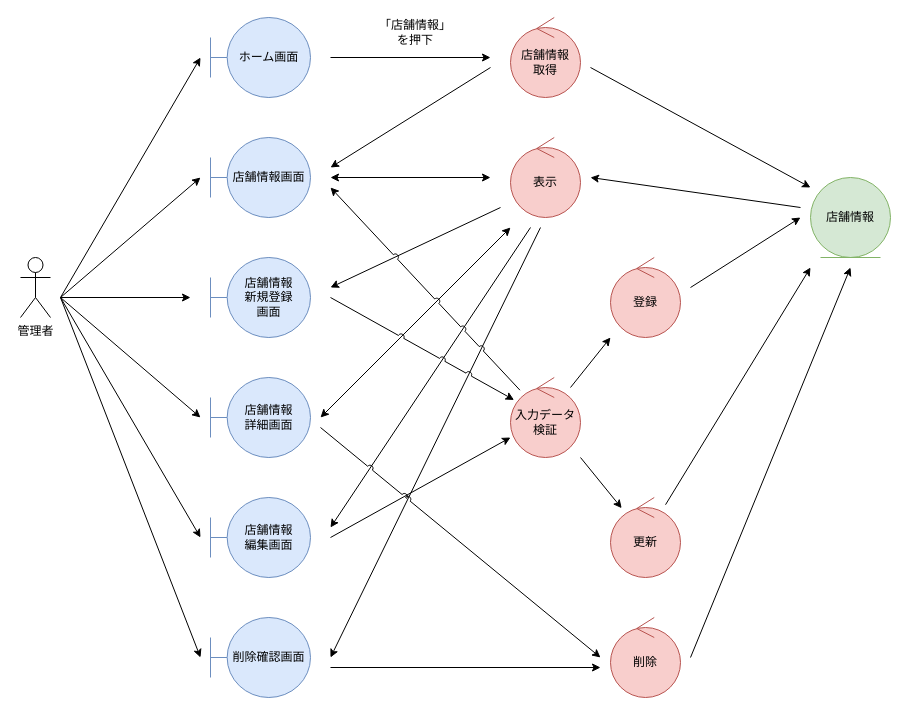
This is page "店舗情報管理" (2 of 7) of 各種設計書/3ロバストネス図/人事管理/従業員情報管理.drawio from HaruShim/Sotuken, a draw.io file, before an edit. Source tidied: cells renumbered, new cells numbered last; positions are measured from the earlier drawing's top-left corner, leaving out a move shared by most shapes. Both pictures are drawn from the tidied source at 100%, with x=0, y=0 at pixel (20, 17).
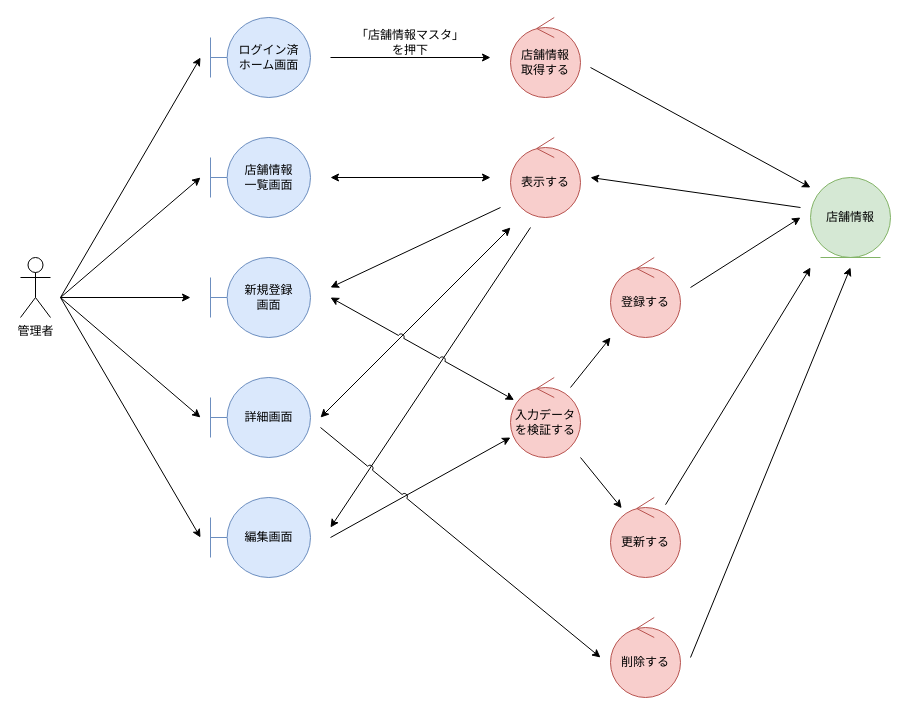
The same diagram, later.

Diff of the diagram source:
```diff
@@
-    <mxCell id="2" style="endArrow=classic;html=1;rounded=0;jumpStyle=none;" parent="1" edge="1">
-      <mxGeometry relative="1" as="geometry">
-        <mxPoint x="520" y="210" as="sourcePoint" />
-        <mxPoint x="310" y="640" as="targetPoint" />
-      </mxGeometry>
-    </mxCell>
@@
-    <mxCell id="4" value="ホーム画面" style="shape=umlBoundary;whiteSpace=wrap;html=1;fillColor=#dae8fc;strokeColor=#6c8ebf;" parent="1" vertex="1">
+    <mxCell id="4" value="ログイン済&lt;br&gt;ホーム画面" style="shape=umlBoundary;whiteSpace=wrap;html=1;fillColor=#dae8fc;strokeColor=#6c8ebf;" parent="1" vertex="1">
       <mxGeometry x="190" width="100" height="80" as="geometry" />
     </mxCell>
-    <mxCell id="5" value="店舗情報画面" style="shape=umlBoundary;whiteSpace=wrap;html=1;fillColor=#dae8fc;strokeColor=#6c8ebf;" parent="1" vertex="1">
+    <mxCell id="5" value="店舗情報&lt;br&gt;一覧画面" style="shape=umlBoundary;whiteSpace=wrap;html=1;fillColor=#dae8fc;strokeColor=#6c8ebf;" parent="1" vertex="1">
       <mxGeometry x="190" y="120" width="100" height="80" as="geometry" />
     </mxCell>
-    <mxCell id="6" value="店舗情報&lt;br&gt;新規登録&lt;br&gt;画面" style="shape=umlBoundary;whiteSpace=wrap;html=1;fillColor=#dae8fc;strokeColor=#6c8ebf;" parent="1" vertex="1">
+    <mxCell id="6" value="新規登録&lt;br&gt;画面" style="shape=umlBoundary;whiteSpace=wrap;html=1;fillColor=#dae8fc;strokeColor=#6c8ebf;" parent="1" vertex="1">
       <mxGeometry x="190" y="240" width="100" height="80" as="geometry" />
     </mxCell>
-    <mxCell id="7" value="店舗情報&lt;br&gt;取得" style="ellipse;shape=umlControl;whiteSpace=wrap;html=1;fillColor=#f8cecc;strokeColor=#b85450;" parent="1" vertex="1">
+    <mxCell id="7" value="店舗情報&lt;br&gt;取得する" style="ellipse;shape=umlControl;whiteSpace=wrap;html=1;fillColor=#f8cecc;strokeColor=#b85450;" parent="1" vertex="1">
       <mxGeometry x="490" width="70" height="80" as="geometry" />
     </mxCell>
@@
-    <mxCell id="9" value="表示" style="ellipse;shape=umlControl;whiteSpace=wrap;html=1;fillColor=#f8cecc;strokeColor=#b85450;" parent="1" vertex="1">
+    <mxCell id="9" value="表示する" style="ellipse;shape=umlControl;whiteSpace=wrap;html=1;fillColor=#f8cecc;strokeColor=#b85450;" parent="1" vertex="1">
       <mxGeometry x="490" y="120" width="70" height="80" as="geometry" />
     </mxCell>
-    <mxCell id="10" value="登録" style="ellipse;shape=umlControl;whiteSpace=wrap;html=1;fillColor=#f8cecc;strokeColor=#b85450;" parent="1" vertex="1">
+    <mxCell id="10" value="登録する" style="ellipse;shape=umlControl;whiteSpace=wrap;html=1;fillColor=#f8cecc;strokeColor=#b85450;" parent="1" vertex="1">
       <mxGeometry x="590" y="240" width="70" height="80" as="geometry" />
     </mxCell>
-    <mxCell id="11" value="店舗情報&lt;br&gt;詳細画面" style="shape=umlBoundary;whiteSpace=wrap;html=1;fillColor=#dae8fc;strokeColor=#6c8ebf;" parent="1" vertex="1">
+    <mxCell id="11" value="詳細画面" style="shape=umlBoundary;whiteSpace=wrap;html=1;fillColor=#dae8fc;strokeColor=#6c8ebf;" parent="1" vertex="1">
       <mxGeometry x="190" y="360" width="100" height="80" as="geometry" />
     </mxCell>
-    <mxCell id="12" value="更新" style="ellipse;shape=umlControl;whiteSpace=wrap;html=1;fillColor=#f8cecc;strokeColor=#b85450;" parent="1" vertex="1">
+    <mxCell id="12" value="更新する" style="ellipse;shape=umlControl;whiteSpace=wrap;html=1;fillColor=#f8cecc;strokeColor=#b85450;" parent="1" vertex="1">
       <mxGeometry x="590" y="480" width="70" height="80" as="geometry" />
     </mxCell>
@@
-    <mxCell id="15" value="店舗情報&lt;br&gt;編集画面" style="shape=umlBoundary;whiteSpace=wrap;html=1;fillColor=#dae8fc;strokeColor=#6c8ebf;" parent="1" vertex="1">
+    <mxCell id="15" value="編集画面" style="shape=umlBoundary;whiteSpace=wrap;html=1;fillColor=#dae8fc;strokeColor=#6c8ebf;" parent="1" vertex="1">
       <mxGeometry x="190" y="480" width="100" height="80" as="geometry" />
     </mxCell>
-    <mxCell id="16" value="「店舗情報」&lt;br&gt;を押下" style="text;html=1;strokeColor=none;fillColor=none;align=center;verticalAlign=middle;whiteSpace=wrap;rounded=0;" parent="1" vertex="1">
-      <mxGeometry x="350" width="90" height="30" as="geometry" />
+    <mxCell id="16" value="「店舗情報マスタ」&lt;br&gt;を押下" style="text;html=1;strokeColor=none;fillColor=none;align=center;verticalAlign=middle;whiteSpace=wrap;rounded=0;" parent="1" vertex="1">
+      <mxGeometry x="330" y="10" width="120" height="30" as="geometry" />
     </mxCell>
@@
-    <mxCell id="23" style="endArrow=classic;html=1;rounded=0;" parent="1" edge="1">
-      <mxGeometry relative="1" as="geometry">
-        <mxPoint x="470" y="50" as="sourcePoint" />
-        <mxPoint x="310" y="150" as="targetPoint" />
-      </mxGeometry>
-    </mxCell>
-    <mxCell id="24" value="入力データ検証" style="ellipse;shape=umlControl;whiteSpace=wrap;html=1;fillColor=#f8cecc;strokeColor=#b85450;" parent="1" vertex="1">
+    <mxCell id="24" value="入力データ&lt;br&gt;を検証する" style="ellipse;shape=umlControl;whiteSpace=wrap;html=1;fillColor=#f8cecc;strokeColor=#b85450;" parent="1" vertex="1">
       <mxGeometry x="490" y="360" width="70" height="80" as="geometry" />
     </mxCell>
-    <mxCell id="25" value="削除" style="ellipse;shape=umlControl;whiteSpace=wrap;html=1;fillColor=#f8cecc;strokeColor=#b85450;" parent="1" vertex="1">
+    <mxCell id="25" value="削除する" style="ellipse;shape=umlControl;whiteSpace=wrap;html=1;fillColor=#f8cecc;strokeColor=#b85450;" parent="1" vertex="1">
       <mxGeometry x="590" y="600" width="70" height="80" as="geometry" />
     </mxCell>
@@
-    <mxCell id="35" style="endArrow=classic;html=1;rounded=0;jumpStyle=arc;" parent="1" edge="1" source="24">
-      <mxGeometry relative="1" as="geometry">
-        <mxPoint x="310" y="170" as="targetPoint" />
-      </mxGeometry>
-    </mxCell>
@@
-    <mxCell id="37" style="endArrow=classic;html=1;rounded=0;jumpStyle=arc;" parent="1" edge="1" target="24">
+    <mxCell id="37" style="endArrow=classic;html=1;rounded=0;jumpStyle=arc;startArrow=classic;startFill=1;" parent="1" edge="1" target="24">
       <mxGeometry relative="1" as="geometry">
         <mxPoint x="310" y="280" as="sourcePoint" />
       </mxGeometry>
     </mxCell>
@@
-    <mxCell id="39" value="削除確認画面" style="shape=umlBoundary;whiteSpace=wrap;html=1;fillColor=#dae8fc;strokeColor=#6c8ebf;" parent="1" vertex="1">
-      <mxGeometry x="190" y="600" width="100" height="80" as="geometry" />
-    </mxCell>
-    <mxCell id="40" style="endArrow=classic;html=1;rounded=0;" parent="1" edge="1">
-      <mxGeometry relative="1" as="geometry">
-        <mxPoint x="40" y="280" as="sourcePoint" />
-        <mxPoint x="180" y="640" as="targetPoint" />
-      </mxGeometry>
-    </mxCell>
-    <mxCell id="41" style="endArrow=classic;html=1;rounded=0;jumpStyle=none;" parent="1" edge="1">
-      <mxGeometry relative="1" as="geometry">
-        <mxPoint x="310" y="650" as="sourcePoint" />
-        <mxPoint x="580" y="650" as="targetPoint" />
-      </mxGeometry>
-    </mxCell>
```
